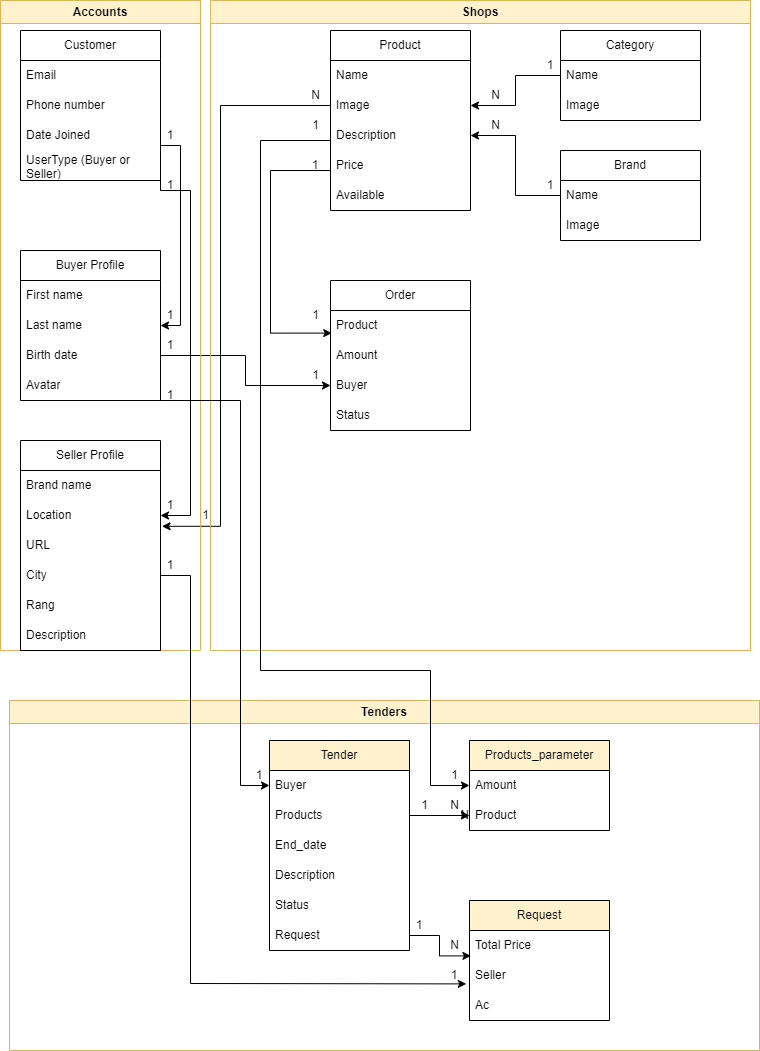
Above: docs/DataBaseGraph.drawio.png in pnakongit/MyMarket (draw.io), before the change. Source tidied: cells renumbered, new cells last; positions are measured from the earlier drawing's top-left corner, leaving out a move shared by most shapes.
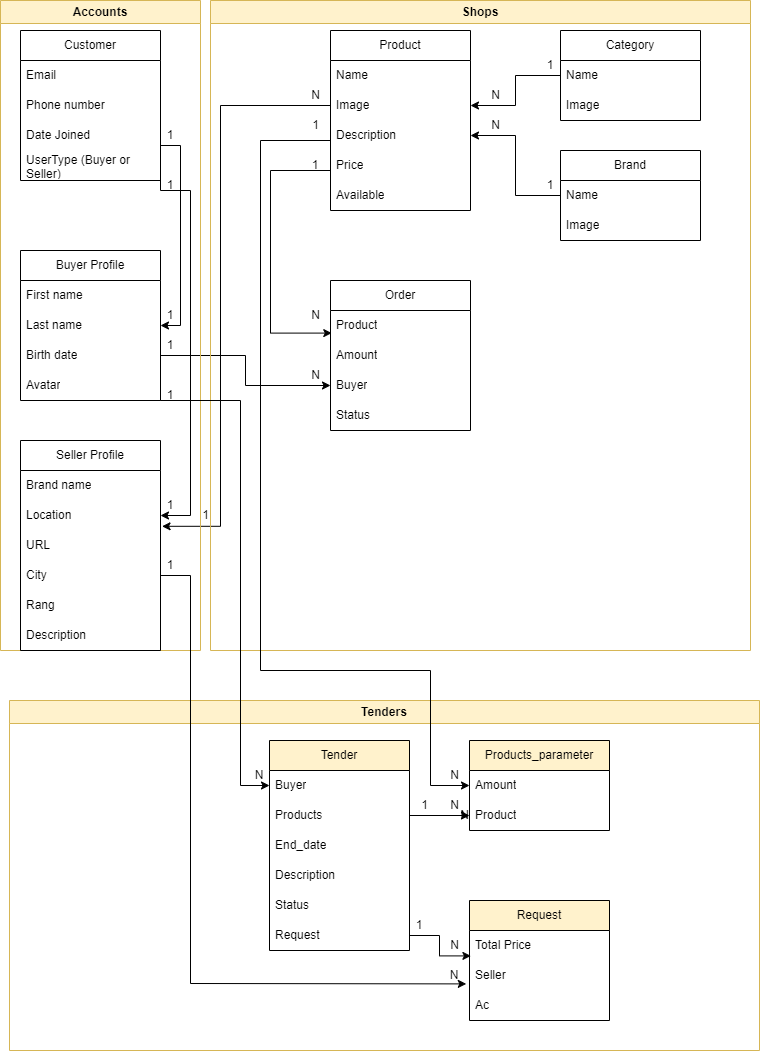
Above is the later version.

The edit, as a diff of the source:
```diff
@@ -159,7 +159,7 @@
     <mxCell id="46" value="1" style="text;strokeColor=none;align=center;fillColor=none;html=1;verticalAlign=middle;whiteSpace=wrap;rounded=0;" parent="1" vertex="1">
       <mxGeometry x="160" y="340" width="20" height="10" as="geometry" />
     </mxCell>
-    <mxCell id="47" value="1" style="text;html=1;align=center;verticalAlign=middle;strokeColor=none;fillColor=none;" parent="1" vertex="1">
+    <mxCell id="47" value="N" style="text;html=1;align=center;verticalAlign=middle;strokeColor=none;fillColor=none;" parent="1" vertex="1">
       <mxGeometry x="300" y="360" width="30" height="30" as="geometry" />
     </mxCell>
     <mxCell id="48" value="Shops" style="swimlane;whiteSpace=wrap;html=1;fillColor=#fff2cc;strokeColor=#d6b656;startSize=23;" parent="1" vertex="1">
@@ -171,7 +171,7 @@
     <mxCell id="50" value="1" style="text;strokeColor=none;align=center;fillColor=none;html=1;verticalAlign=middle;whiteSpace=wrap;rounded=0;" parent="48" vertex="1">
       <mxGeometry x="95" y="160" width="20" height="10" as="geometry" />
     </mxCell>
-    <mxCell id="51" value="1" style="text;html=1;align=center;verticalAlign=middle;strokeColor=none;fillColor=none;" parent="48" vertex="1">
+    <mxCell id="51" value="N" style="text;html=1;align=center;verticalAlign=middle;strokeColor=none;fillColor=none;" parent="48" vertex="1">
       <mxGeometry x="90" y="300" width="30" height="30" as="geometry" />
     </mxCell>
     <mxCell id="52" value="Accounts" style="swimlane;whiteSpace=wrap;html=1;fillColor=#fff2cc;strokeColor=#d6b656;" parent="1" vertex="1">
@@ -228,7 +228,7 @@
     <mxCell id="69" value="Request" style="text;strokeColor=none;fillColor=none;align=left;verticalAlign=middle;spacingLeft=4;spacingRight=4;overflow=hidden;points=[[0,0.5],[1,0.5]];portConstraint=eastwest;whiteSpace=wrap;html=1;" parent="63" vertex="1">
       <mxGeometry y="180" width="140" height="30" as="geometry" />
     </mxCell>
-    <mxCell id="70" value="1" style="text;strokeColor=none;align=center;fillColor=none;html=1;verticalAlign=middle;whiteSpace=wrap;rounded=0;" parent="62" vertex="1">
+    <mxCell id="70" value="N" style="text;strokeColor=none;align=center;fillColor=none;html=1;verticalAlign=middle;whiteSpace=wrap;rounded=0;" parent="62" vertex="1">
       <mxGeometry x="240" y="70" width="20" height="10" as="geometry" />
     </mxCell>
     <mxCell id="71" value="Products_parameter" style="swimlane;fontStyle=0;horizontal=1;startSize=30;whiteSpace=wrap;html=1;fillColor=#FFF2CC;" parent="62" vertex="1">
@@ -246,7 +246,7 @@
     <mxCell id="75" style="edgeStyle=orthogonalEdgeStyle;rounded=0;jettySize=auto;html=1;exitX=1;exitY=0.5;exitDx=0;exitDy=0;entryX=0;entryY=0.5;entryDx=0;entryDy=0;" parent="62" edge="1" source="65" target="73">
       <mxGeometry relative="1" as="geometry" />
     </mxCell>
-    <mxCell id="76" value="1" style="text;html=1;align=center;verticalAlign=middle;strokeColor=none;fillColor=none;" parent="62" vertex="1">
+    <mxCell id="76" value="N" style="text;html=1;align=center;verticalAlign=middle;strokeColor=none;fillColor=none;" parent="62" vertex="1">
       <mxGeometry x="430" y="60" width="30" height="30" as="geometry" />
     </mxCell>
     <mxCell id="77" value="N" style="text;html=1;align=center;verticalAlign=middle;strokeColor=none;fillColor=none;" parent="62" vertex="1">
@@ -264,7 +264,7 @@
     <mxCell id="81" value="Ac" style="text;strokeColor=none;fillColor=none;align=left;verticalAlign=middle;spacingLeft=4;spacingRight=4;overflow=hidden;whiteSpace=wrap;html=1;" parent="78" vertex="1">
       <mxGeometry y="90" width="140" height="30" as="geometry" />
     </mxCell>
-    <mxCell id="82" value="1" style="text;strokeColor=none;align=center;fillColor=none;html=1;verticalAlign=middle;whiteSpace=wrap;rounded=0;" parent="62" vertex="1">
+    <mxCell id="82" value="N" style="text;strokeColor=none;align=center;fillColor=none;html=1;verticalAlign=middle;whiteSpace=wrap;rounded=0;" parent="62" vertex="1">
       <mxGeometry x="435" y="270" width="20" height="10" as="geometry" />
     </mxCell>
     <mxCell id="83" style="edgeStyle=orthogonalEdgeStyle;rounded=0;jettySize=auto;html=1;exitX=1;exitY=0.5;exitDx=0;exitDy=0;entryX=0.01;entryY=-0.153;entryDx=0;entryDy=0;entryPerimeter=0;" parent="62" edge="1" source="69" target="80">
```
